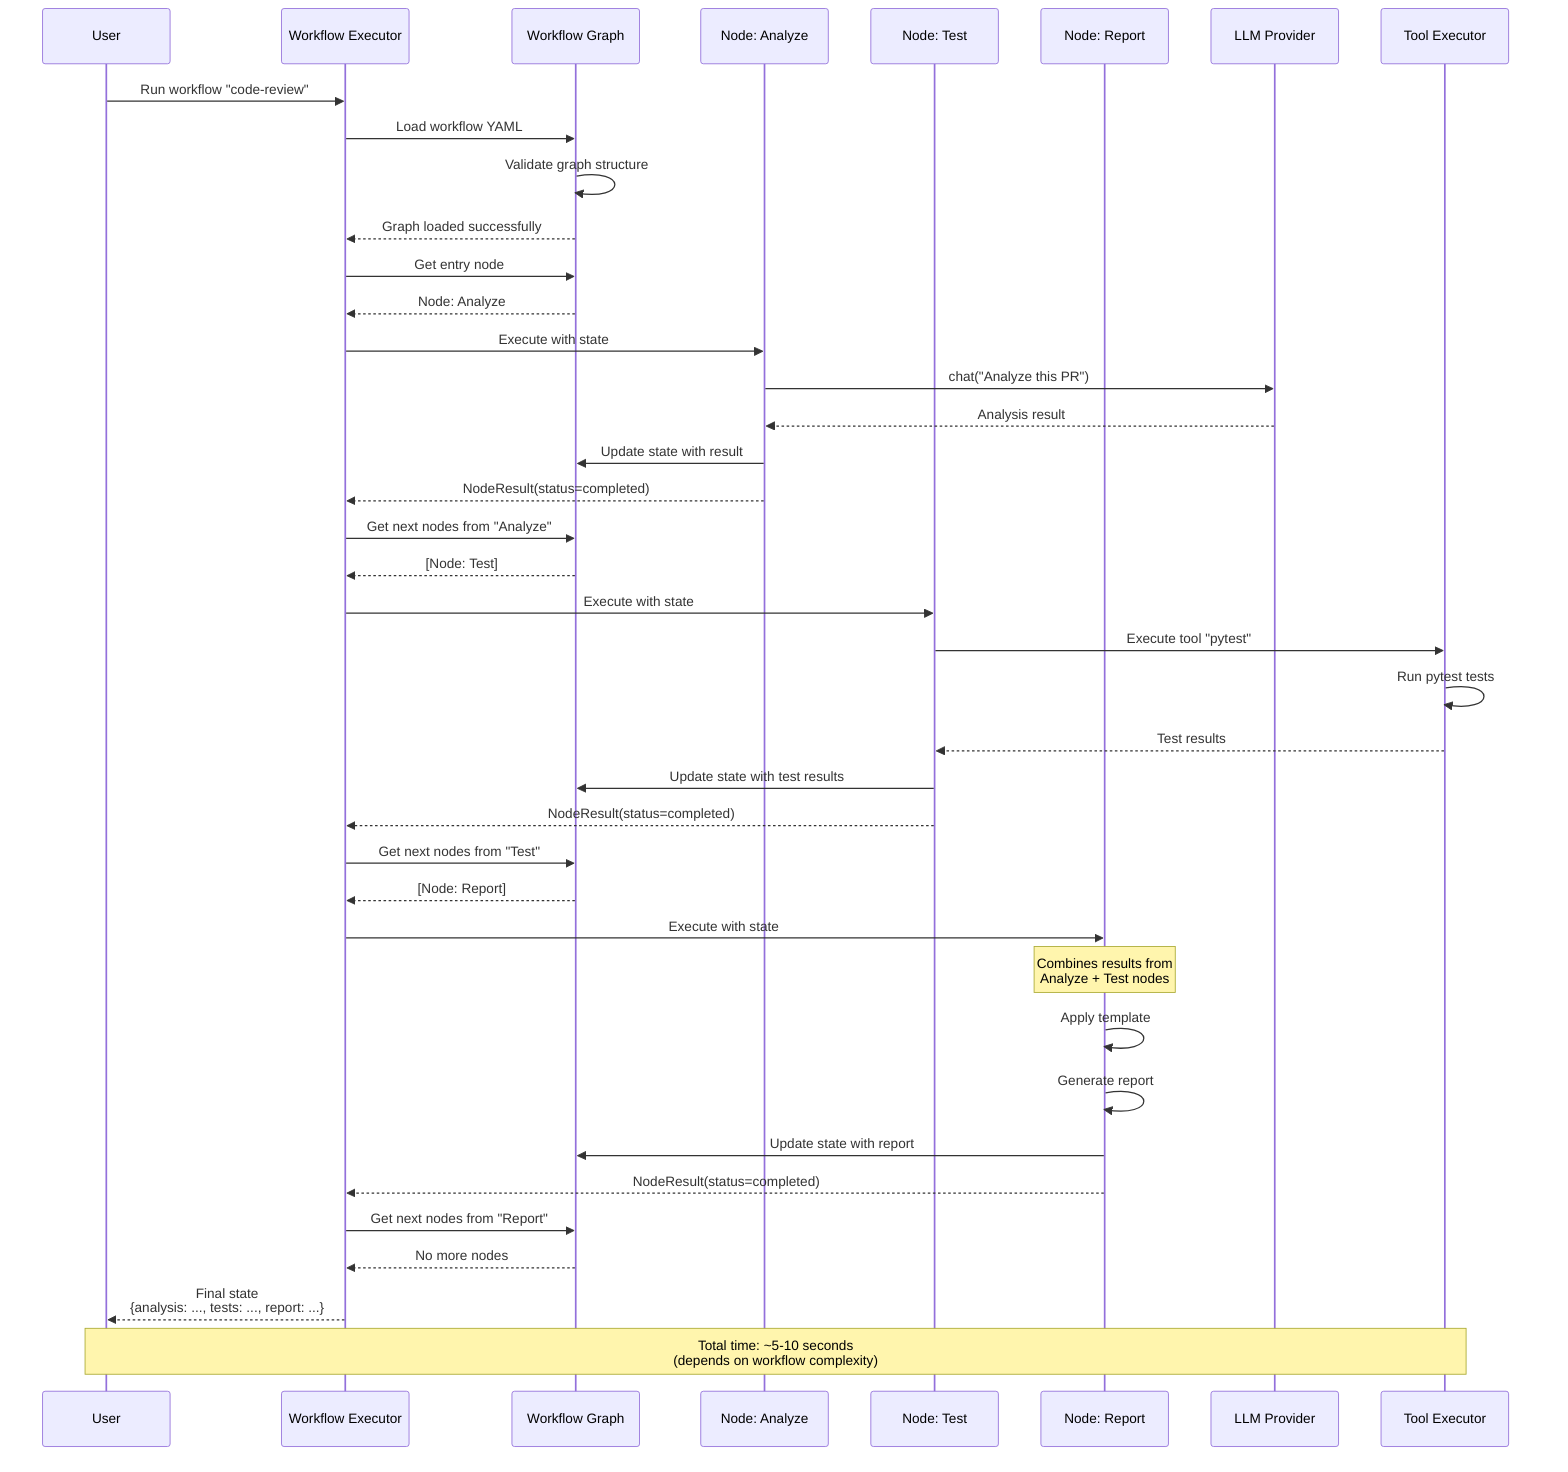
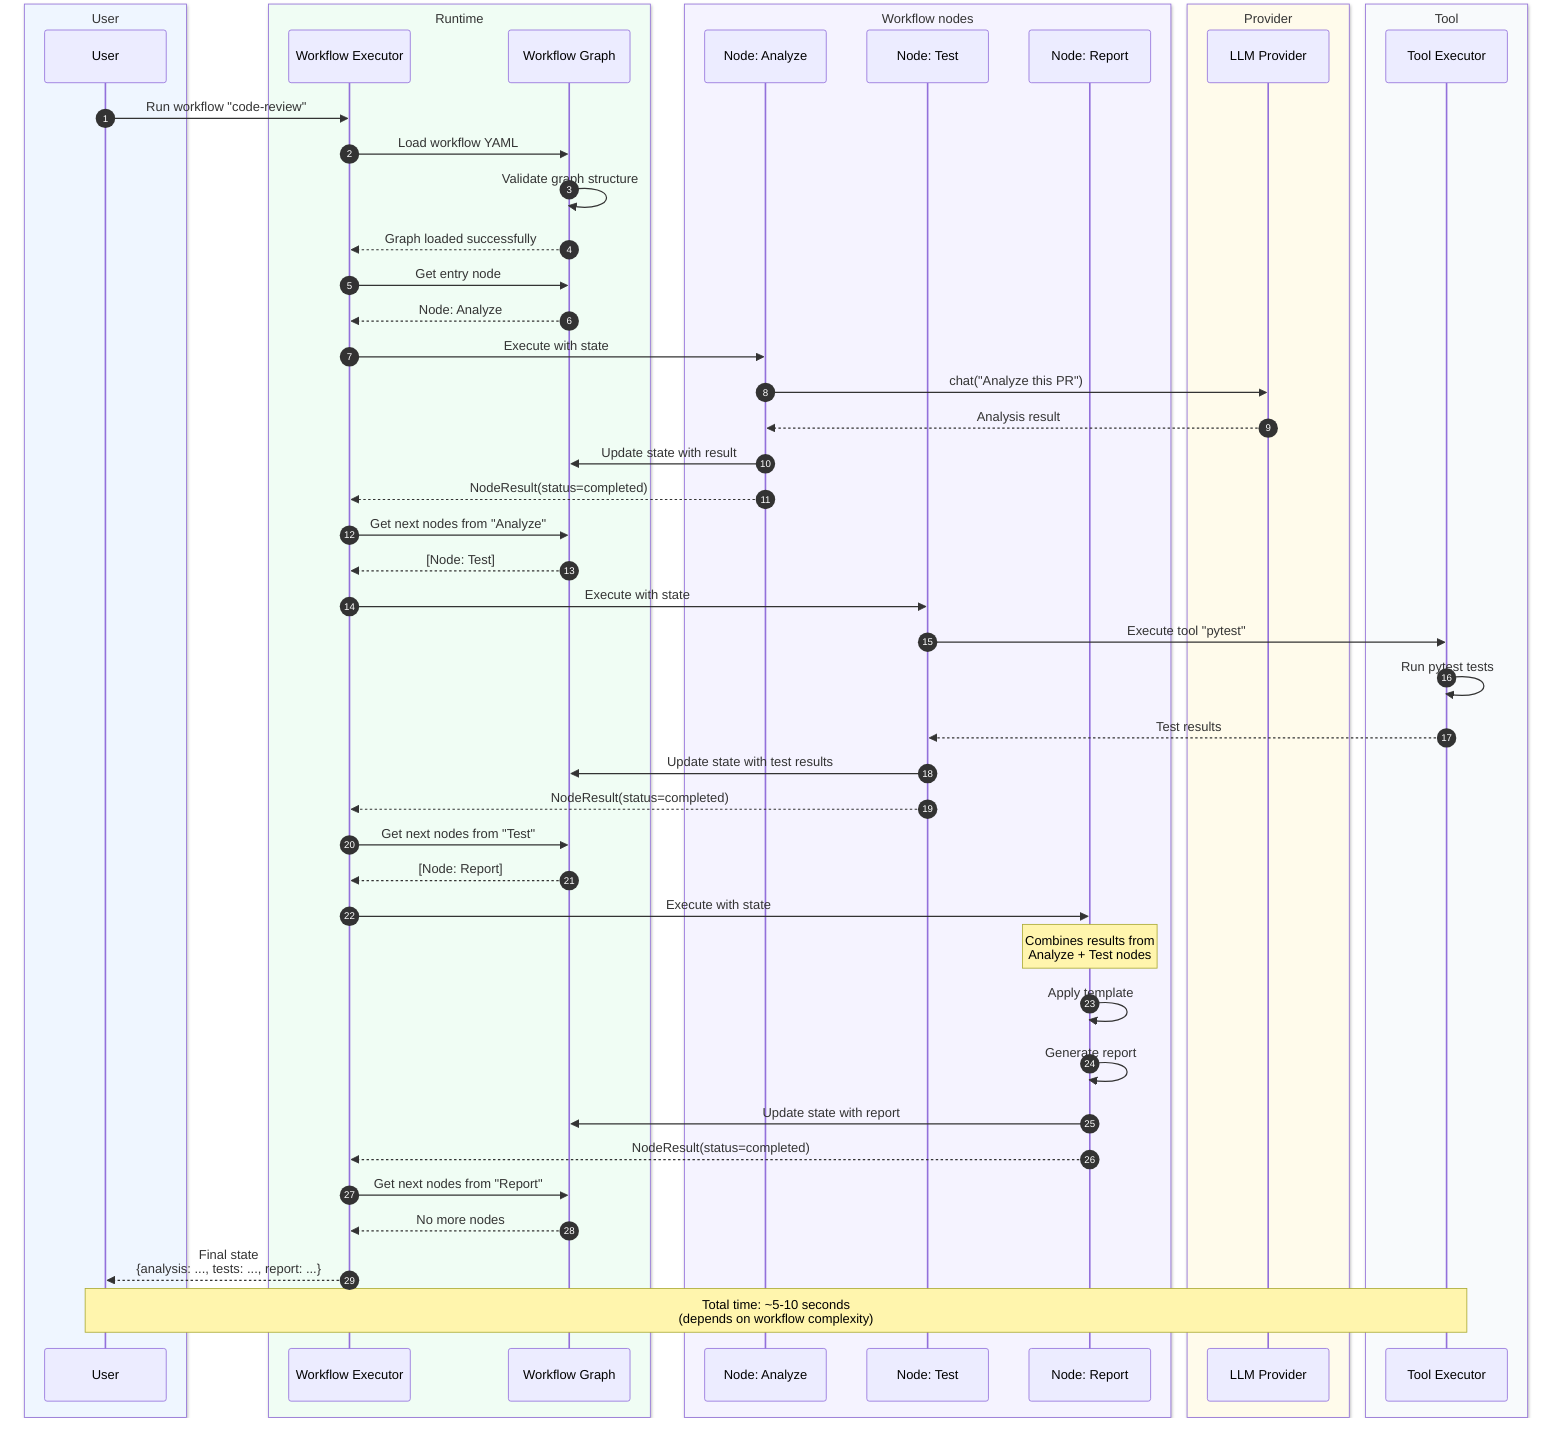
+ %% Workflow execution: load graph -> walk nodes (agent/compute/transform) -> final state.
sequenceDiagram
-     participant User
-     participant Executor as Workflow Executor
-     participant Graph as Workflow Graph
-     participant Node1 as Node: Analyze
-     participant Node2 as Node: Test
-     participant Node3 as Node: Report
-     participant Provider as LLM Provider
-     participant Tool as Tool Executor
+     autonumber
+     box rgb(239,246,255) User
+         participant User
+     end
+     box rgb(240,253,244) Runtime
+         participant Executor as Workflow Executor
+         participant Graph as Workflow Graph
+     end
+     box rgb(245,243,255) Workflow nodes
+         participant Node1 as Node: Analyze
+         participant Node2 as Node: Test
+         participant Node3 as Node: Report
+     end
+     box rgb(255,251,235) Provider
+         participant Provider as LLM Provider
+     end
+     box rgb(248,250,252) Tool
+         participant Tool as Tool Executor
+     end

    %% Workflow Execution Flow
    User->>Executor: Run workflow "code-review"
    Executor->>Graph: Load workflow YAML
    Graph->>Graph: Validate graph structure
    Graph-->>Executor: Graph loaded successfully

    Executor->>Graph: Get entry node
    Graph-->>Executor: Node: Analyze

    %% Node 1: Analyze (Agent node)
    Executor->>Node1: Execute with state
    Node1->>Provider: chat("Analyze this PR")
    Provider-->>Node1: Analysis result
    Node1->>Graph: Update state with result
    Node1-->>Executor: NodeResult(status=completed)

    %% Check next nodes
    Executor->>Graph: Get next nodes from "Analyze"
    Graph-->>Executor: [Node: Test]

    %% Node 2: Test (Compute node with tools)
    Executor->>Node2: Execute with state
    Node2->>Tool: Execute tool "pytest"
    Tool->>Tool: Run pytest tests
    Tool-->>Node2: Test results
    Node2->>Graph: Update state with test results
    Node2-->>Executor: NodeResult(status=completed)

    %% Check next nodes
    Executor->>Graph: Get next nodes from "Test"
    Graph-->>Executor: [Node: Report]

    %% Node 3: Report (Transform node)
    Executor->>Node3: Execute with state
    Note over Node3: Combines results from<br/>Analyze + Test nodes
    Node3->>Node3: Apply template
    Node3->>Node3: Generate report
    Node3->>Graph: Update state with report
    Node3-->>Executor: NodeResult(status=completed)

    %% Workflow Complete
    Executor->>Graph: Get next nodes from "Report"
    Graph-->>Executor: No more nodes

    Executor-->>User: Final state<br/>{analysis: ..., tests: ..., report: ...}

    Note over User,Tool: Total time: ~5-10 seconds<br/>(depends on workflow complexity)
